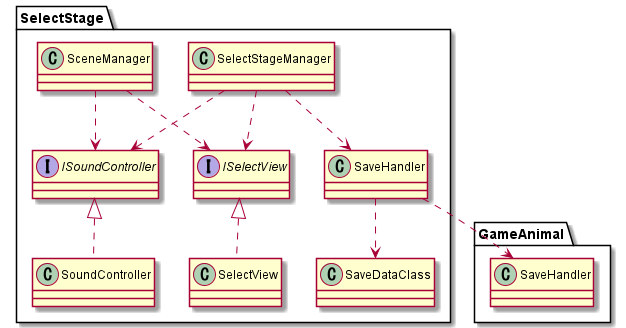
Before: Assets/_SlimeCatch/Docs/SelectStage.png, a diagram exported from PlantUML (RiseManagement/SlimeCatch).
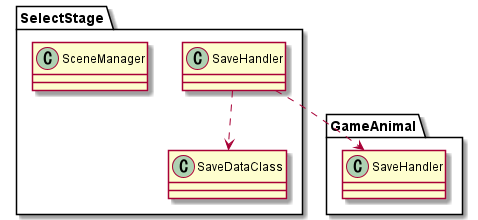
The same file after the commit.

Commit message:
docs: ステージ選択画面のクラス図の更新

What changed in the source:
```diff
@@ -4,27 +4,12 @@
     class SaveDataClass
     class SaveHandler
 
-    class SelectView
-    interface ISelectView
-
-    class SoundController
-    interface ISoundController
-
     class SceneManager
 
-    class SelectStageManager
 
-    ISelectView <|.. SelectView
     SaveHandler ..> SaveDataClass
 
-    ISoundController <|.. SoundController
 
-    SelectStageManager ..> ISelectView
-    SelectStageManager ..> SaveHandler
-    SelectStageManager ..> ISoundController
-
-    SceneManager ..> ISoundController
-    SceneManager ..> ISelectView
 
 }
 
```
